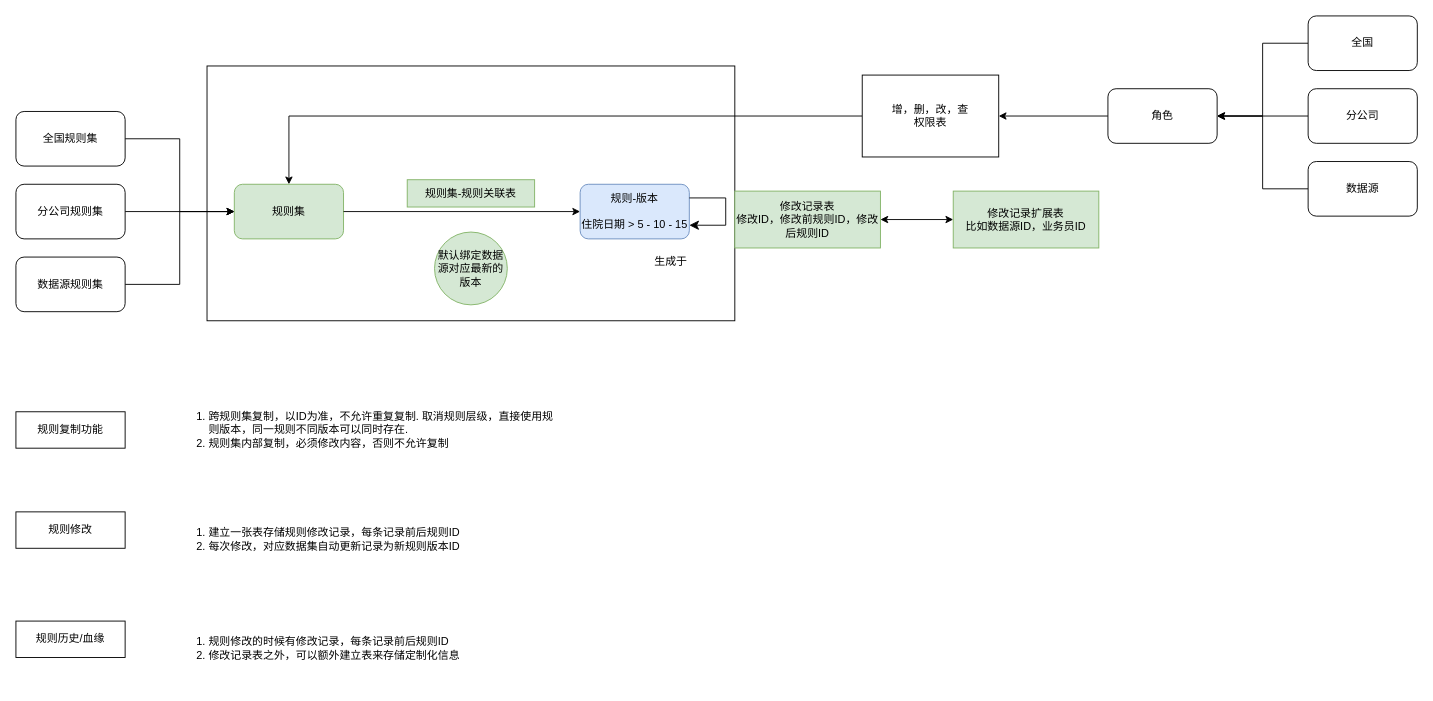
Above: page "太保财2期重构核心数据结构" (3 of 6) of 社保架构设计图.drawio in XiaoLiuAI/diagrams (draw.io), before the change. Source tidied: cells renumbered, new cells numbered last; positions are measured from the earlier drawing's top-left corner, leaving out a move shared by most shapes. Both pictures are drawn from the tidied source at 91%, with x=0, y=0 at pixel (15, 15).
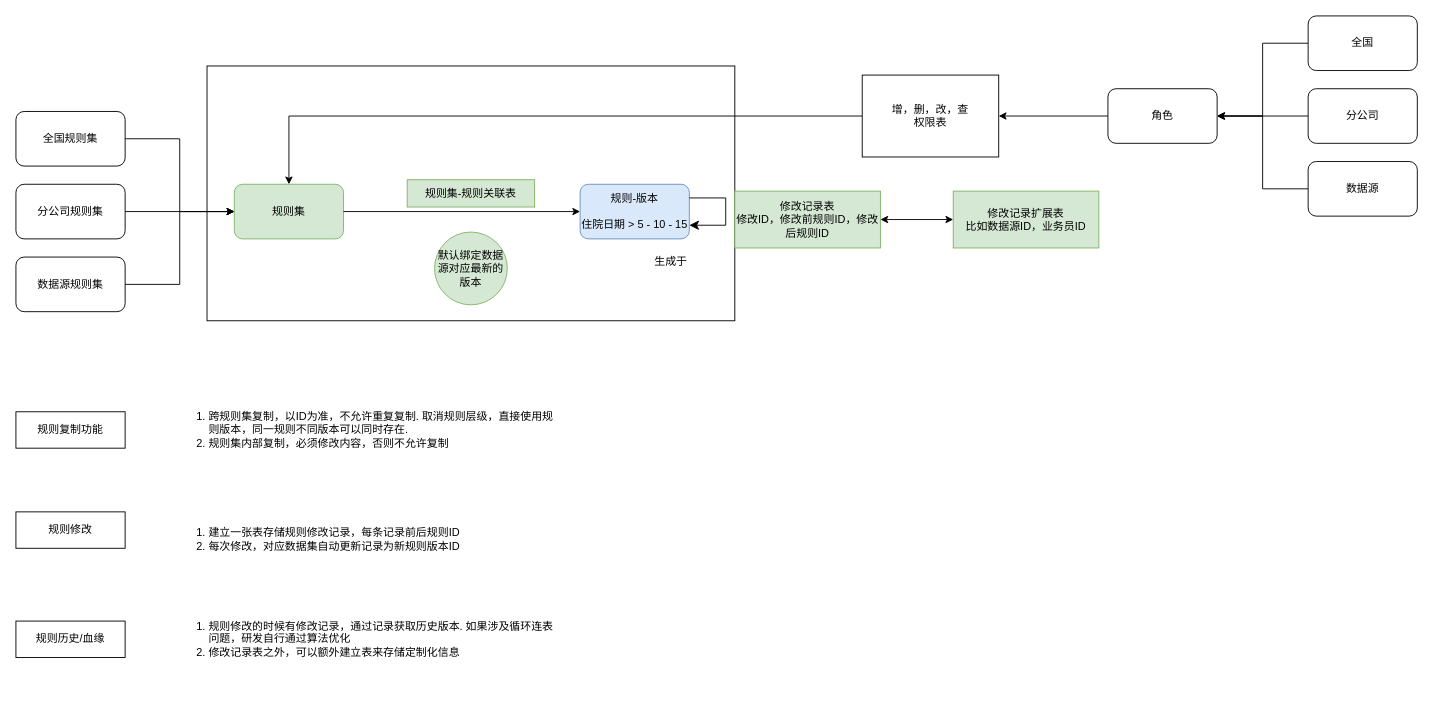
After the change.

Commit message (it also covers changes not shown here):
更新社保架构设计图.drawio

The edit, as a diff of the source:
```diff
@@
-    <mxCell id="32" value="&lt;ol&gt;&lt;li&gt;规则修改的时候有修改记录，每条记录前后规则ID&lt;/li&gt;&lt;li&gt;修改记录表之外，可以额外建立表来存储定制化信息&lt;/li&gt;&lt;/ol&gt;" style="text;html=1;strokeColor=none;fillColor=none;align=left;verticalAlign=middle;whiteSpace=wrap;rounded=0;" parent="1" vertex="1">
-      <mxGeometry x="170" y="655" width="430" height="80" as="geometry" />
+    <mxCell id="32" value="&lt;ol&gt;&lt;li&gt;规则修改的时候有修改记录，通过记录获取历史版本. 如果涉及循环连表问题，研发自行通过算法优化&lt;/li&gt;&lt;li&gt;修改记录表之外，可以额外建立表来存储定制化信息&lt;/li&gt;&lt;/ol&gt;" style="text;html=1;strokeColor=none;fillColor=none;align=left;verticalAlign=middle;whiteSpace=wrap;rounded=0;" parent="1" vertex="1">
+      <mxGeometry x="170" y="645" width="430" height="80" as="geometry" />
     </mxCell>
```
